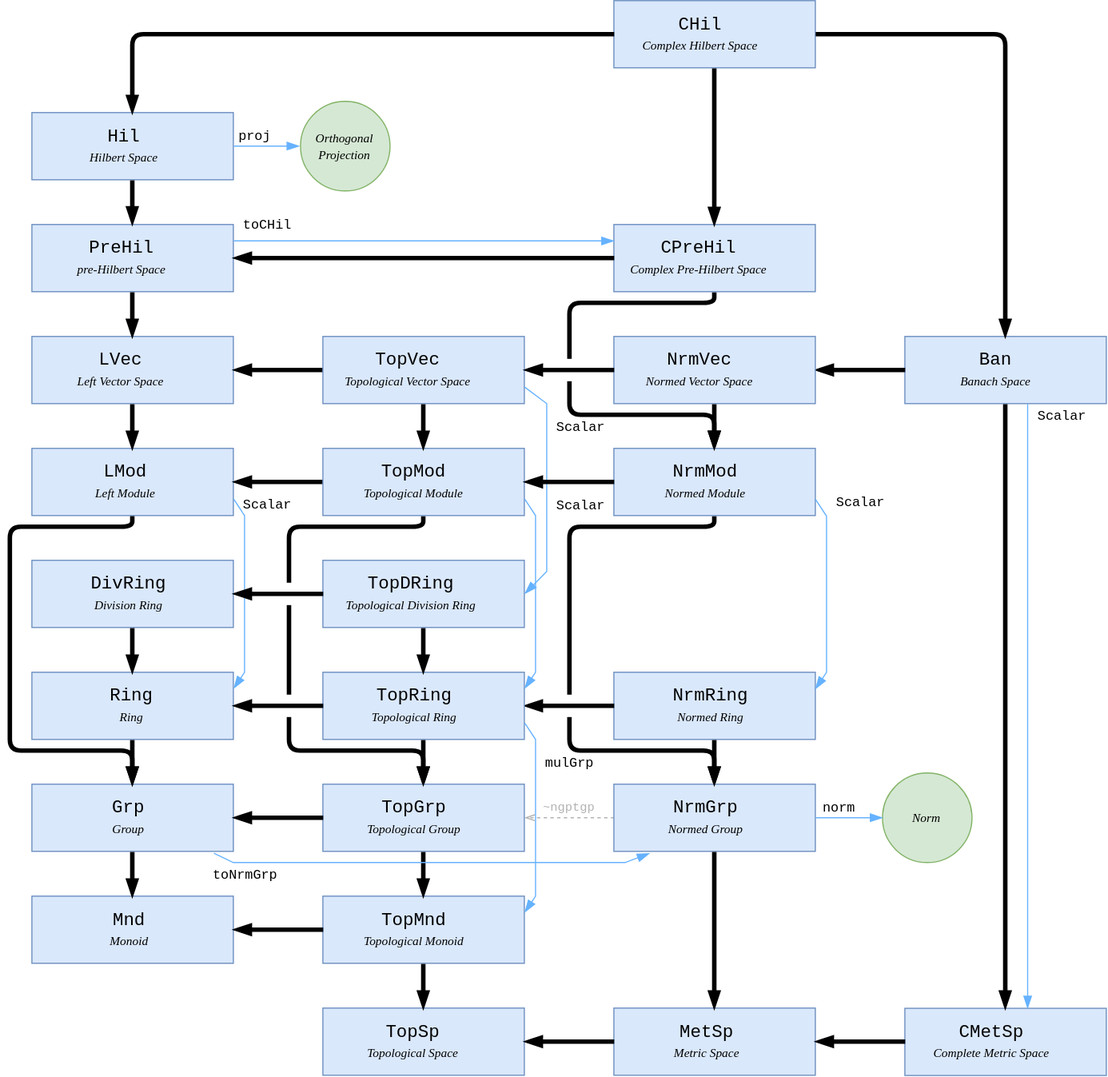
The draw.io diagram _algtophierarchy.svg in metamath/set.mm, before a commit. Source tidied: cells renumbered, new cells last; positions are measured from the earlier drawing's top-left corner, leaving out a move shared by most shapes.
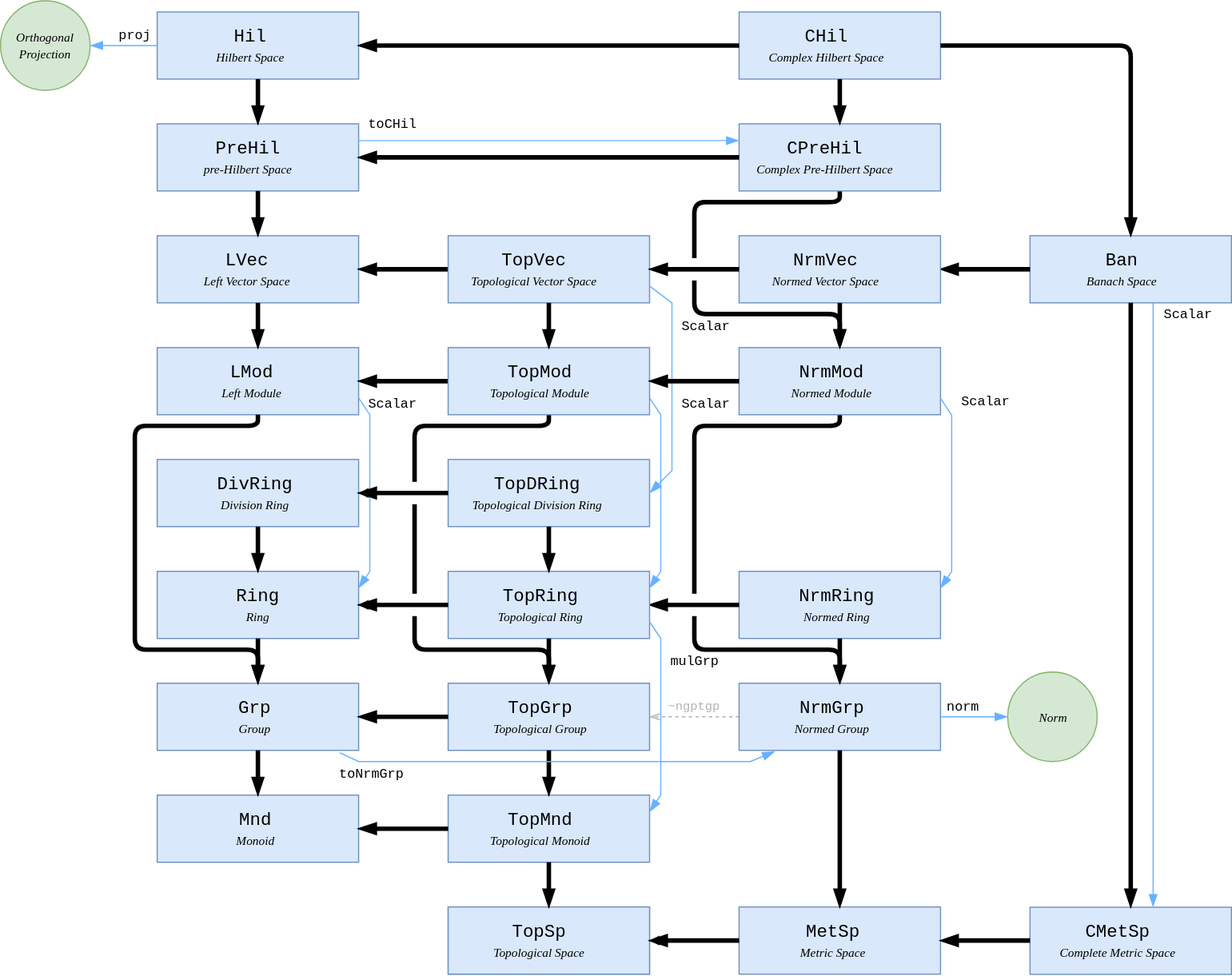
After the commit.

Commit message:
Trial for adding links to the structure figures

What changed in the source:
```diff
@@ -38,9 +38,15 @@
         </Array>
       </mxGeometry>
     </mxCell>
+    <mxCell id="88" style="edgeStyle=orthogonalEdgeStyle;rounded=0;html=1;jettySize=auto;" parent="1" edge="1" source="7" target="47">
+      <mxGeometry relative="1" as="geometry" />
+    </mxCell>
     <mxCell id="7" style="whiteSpace=wrap;html=1;strokeColor=none;" parent="1" vertex="1">
       <mxGeometry x="241.5" y="520" width="20" height="20" as="geometry" />
     </mxCell>
+    <mxCell id="89" style="edgeStyle=orthogonalEdgeStyle;rounded=0;html=1;jettySize=auto;" parent="1" edge="1" source="8" target="37">
+      <mxGeometry relative="1" as="geometry" />
+    </mxCell>
     <mxCell id="8" style="whiteSpace=wrap;html=1;strokeColor=none;" parent="1" vertex="1">
       <mxGeometry x="240" y="620" width="20" height="20" as="geometry" />
     </mxCell>
@@ -73,7 +79,7 @@
       </mxGeometry>
     </mxCell>
     <mxCell id="16" value="&lt;font style=&quot;font-weight: normal&quot;&gt;&lt;span style=&quot;font-size: 16px&quot;&gt;CHil&lt;br&gt;&lt;/span&gt;&lt;i style=&quot;font-family: &amp;#34;verdana&amp;#34; ; font-size: 11px&quot;&gt;Complex Hilbert Space&lt;br&gt;&lt;/i&gt;&lt;/font&gt;" style="rounded=0;fillColor=#dae8fc;strokeColor=#6c8ebf;shadow=0;fontStyle=1;fontSize=14;fontFamily=Courier New;html=1;" parent="1" vertex="1">
-      <mxGeometry x="540" width="180" height="60" as="geometry" />
+      <mxGeometry x="540" y="100" width="180" height="60" as="geometry" />
     </mxCell>
     <mxCell id="17" value="&lt;font style=&quot;font-weight: normal&quot;&gt;&lt;span style=&quot;font-size: 16px&quot;&gt;CPreHil&lt;br&gt;&lt;/span&gt;&lt;i style=&quot;font-family: &amp;#34;verdana&amp;#34; ; font-size: 11px&quot;&gt;Complex Pre-Hilbert Space&lt;br&gt;&lt;/i&gt;&lt;/font&gt;" style="rounded=0;fillColor=#dae8fc;strokeColor=#6c8ebf;shadow=0;fontStyle=1;fontSize=14;fontFamily=Courier New;html=1;" parent="1" vertex="1">
       <mxGeometry x="540" y="200" width="180" height="60" as="geometry" />
@@ -128,9 +134,15 @@
     <mxCell id="32" value="&lt;span style=&quot;font-weight: normal&quot;&gt;&lt;font style=&quot;font-size: 16px&quot;&gt;Grp&lt;/font&gt;&lt;/span&gt;&lt;br&gt;&lt;font face=&quot;Verdana&quot; style=&quot;font-weight: normal&quot; size=&quot;1&quot;&gt;&lt;i style=&quot;font-size: 11px&quot;&gt;Group&lt;br&gt;&lt;/i&gt;&lt;/font&gt;" style="rounded=0;fillColor=#dae8fc;strokeColor=#6c8ebf;shadow=0;fontStyle=1;fontSize=14;fontFamily=Courier New;html=1;" parent="1" vertex="1">
       <mxGeometry x="20" y="700" width="180" height="60" as="geometry" />
     </mxCell>
+    <mxCell id="90" style="edgeStyle=orthogonalEdgeStyle;rounded=0;html=1;jettySize=auto;" parent="1" edge="1" source="33" target="91">
+      <mxGeometry relative="1" as="geometry" />
+    </mxCell>
     <mxCell id="33" value="&lt;font style=&quot;font-weight: normal&quot;&gt;&lt;span style=&quot;font-size: 16px&quot;&gt;MetSp&lt;br&gt;&lt;/span&gt;&lt;i style=&quot;font-family: &amp;#34;verdana&amp;#34; ; font-size: 11px&quot;&gt;Metric Space&lt;br&gt;&lt;/i&gt;&lt;/font&gt;" style="rounded=0;fillColor=#dae8fc;strokeColor=#6c8ebf;shadow=0;fontStyle=1;fontSize=14;fontFamily=Courier New;html=1;" parent="1" vertex="1">
       <mxGeometry x="540" y="900" width="180" height="60" as="geometry" />
     </mxCell>
+    <mxCell id="91" value="&lt;font style=&quot;font-weight: normal&quot;&gt;&lt;span style=&quot;font-size: 16px&quot;&gt;MetSp&lt;br&gt;&lt;/span&gt;&lt;i style=&quot;font-family: &amp;#34;verdana&amp;#34; ; font-size: 11px&quot;&gt;Metric Space&lt;br&gt;&lt;/i&gt;&lt;/font&gt;" style="rounded=0;fillColor=#dae8fc;strokeColor=#6c8ebf;shadow=0;fontStyle=1;fontSize=14;fontFamily=Courier New;html=1;" parent="1" vertex="1">
+      <mxGeometry x="280" y="900" width="180" height="60" as="geometry" />
+    </mxCell>
     <mxCell id="34" style="endArrow=blockThin;html=1;fontFamily=Courier New;strokeWidth=4;endFill=1;edgeStyle=orthogonalEdgeStyle;entryX=0.5;entryY=0;exitX=0.5;exitY=1;" parent="1" edge="1" source="20" target="33">
       <mxGeometry relative="1" as="geometry" />
     </mxCell>
@@ -182,10 +194,11 @@
     <mxCell id="44" value="&lt;font style=&quot;font-weight: normal&quot;&gt;&lt;span style=&quot;font-size: 16px&quot;&gt;Hil&lt;br&gt;&lt;/span&gt;&lt;i style=&quot;font-family: &amp;#34;verdana&amp;#34; ; font-size: 11px&quot;&gt;Hilbert Space&lt;br&gt;&lt;/i&gt;&lt;/font&gt;" style="rounded=0;fillColor=#dae8fc;strokeColor=#6c8ebf;shadow=0;fontStyle=1;fontSize=14;fontFamily=Courier New;html=1;" parent="1" vertex="1">
       <mxGeometry x="20" y="100" width="180" height="60" as="geometry" />
     </mxCell>
-    <mxCell id="45" style="endArrow=blockThin;html=1;fontFamily=Courier New;strokeWidth=4;endFill=1;edgeStyle=orthogonalEdgeStyle;entryX=0.5;entryY=0;exitX=0;exitY=0.5;" parent="1" edge="1" source="16" target="44">
+    <mxCell id="45" style="endArrow=blockThin;html=1;fontFamily=Courier New;strokeWidth=4;endFill=1;edgeStyle=orthogonalEdgeStyle;entryX=1;entryY=0.5;exitX=0;exitY=0.5;" parent="1" edge="1" source="16" target="44">
       <mxGeometry relative="1" as="geometry">
         <Array as="points">
-          <mxPoint x="110" y="30" />
+          <mxPoint x="380" y="130" />
+          <mxPoint x="380" y="130" />
         </Array>
       </mxGeometry>
     </mxCell>
@@ -358,14 +371,14 @@
       <mxGeometry relative="1" as="geometry" />
     </mxCell>
     <mxCell id="85" value="&lt;font face=&quot;Verdana&quot;&gt;&lt;span style=&quot;font-size: 11px&quot;&gt;&lt;i&gt;Orthogonal Projection&lt;/i&gt;&lt;/span&gt;&lt;/font&gt;&lt;br&gt;" style="ellipse;whiteSpace=wrap;html=1;rounded=0;shadow=0;fontFamily=Courier New;fillColor=#d5e8d4;strokeColor=#82b366;" parent="1" vertex="1">
-      <mxGeometry x="259.7" y="90.1" width="80" height="80" as="geometry" />
+      <mxGeometry x="-119.8" y="90.1" width="80" height="80" as="geometry" />
     </mxCell>
-    <mxCell id="86" style="rounded=0;jumpSize=6;html=1;endArrow=blockThin;endFill=1;endSize=9;jettySize=auto;strokeColor=#66B2FF;strokeWidth=1;fontFamily=Courier New;entryX=0;entryY=0.5;exitX=1;exitY=0.5;" parent="1" edge="1" source="44" target="85">
+    <mxCell id="86" style="rounded=0;jumpSize=6;html=1;endArrow=blockThin;endFill=1;endSize=9;jettySize=auto;strokeColor=#66B2FF;strokeWidth=1;fontFamily=Courier New;exitX=0;exitY=0.5;entryX=1;entryY=0.5;" parent="1" edge="1" source="44" target="85">
       <mxGeometry relative="1" as="geometry" />
     </mxCell>
     <mxCell id="87" value="proj&lt;br&gt;" style="text;html=1;align=center;verticalAlign=middle;labelBackgroundColor=#ffffff;fontFamily=Courier New;rotation=0;" parent="86" vertex="1">
       <mxGeometry x="0.37" relative="1" as="geometry">
-        <mxPoint x="-21" y="-9.5" as="offset" />
+        <mxPoint x="21" y="-10" as="offset" />
       </mxGeometry>
     </mxCell>
   </root>
```
